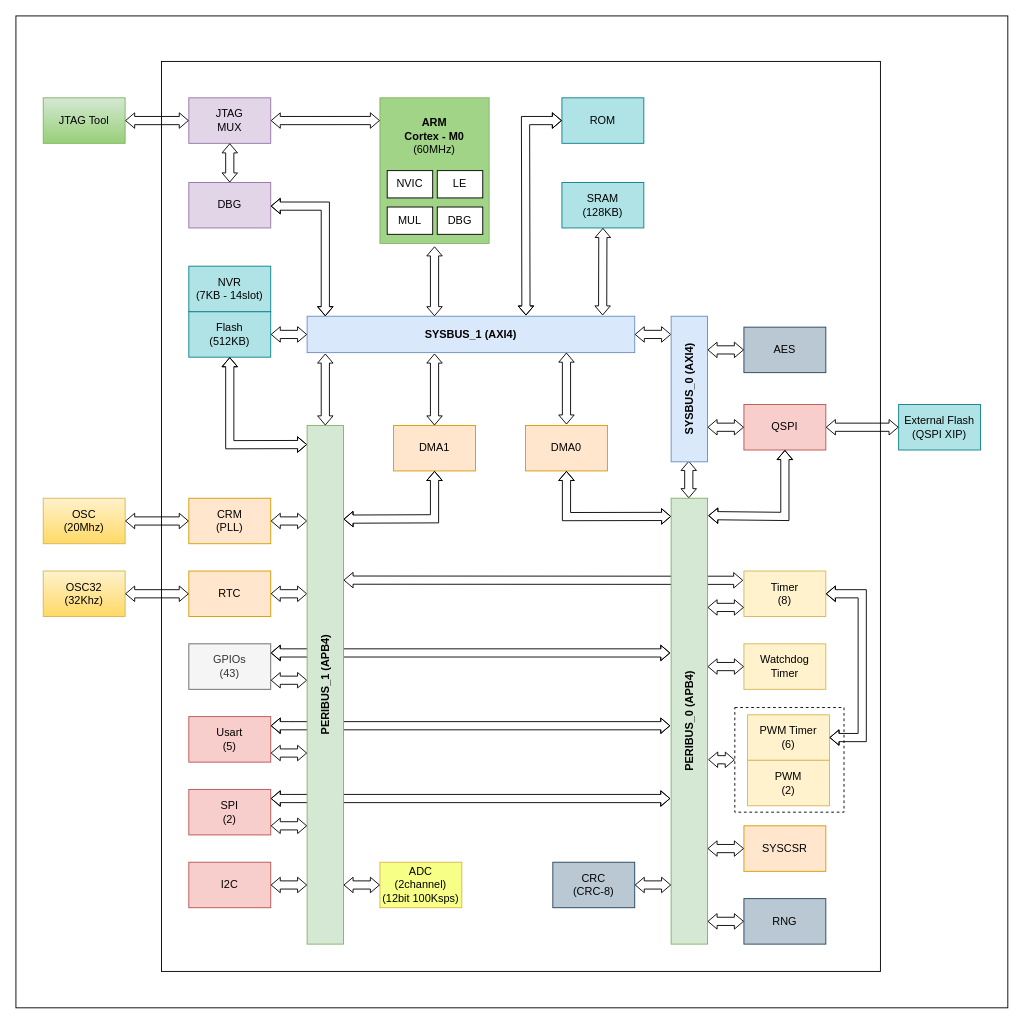
Before: page "Fu2" (1 of 2) of Fu2_diagram/Fu2-diagram.drawio in QuocBuu/drawio, a draw.io diagram. Source tidied: cells renumbered, new cells numbered last; positions are measured from the earlier drawing's top-left corner, leaving out a move shared by most shapes. Both pictures are drawn from the tidied source at 91%, with x=0, y=0 at pixel (15, 15).
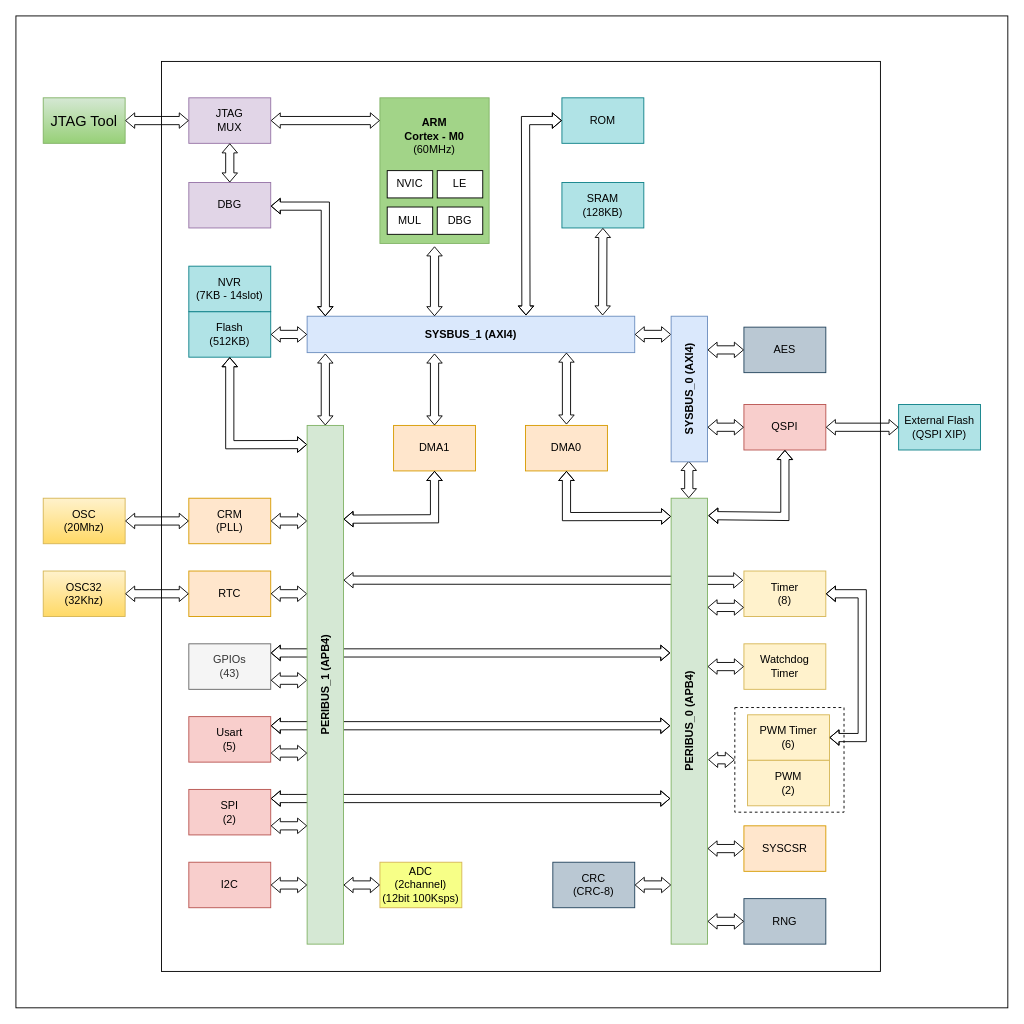
The same page after the edit.

Commit message (it also covers changes not shown here):
Cập nhật Fu2-diagram.drawio

Change to the diagram source:
```diff
@@
-    <mxCell id="80" value="JTAG Tool" style="rounded=0;whiteSpace=wrap;html=1;fillColor=#d5e8d4;gradientColor=#97d077;strokeColor=#82b366;" parent="1" vertex="1">
+    <mxCell id="80" value="JTAG Tool" style="rounded=0;whiteSpace=wrap;html=1;fillColor=#d5e8d4;gradientColor=#97d077;strokeColor=#82b366;fontFamily=aptos display;fontSize=16;" parent="1" vertex="1">
       <mxGeometry x="30" y="90" width="90" height="50" as="geometry" />
     </mxCell>
```
